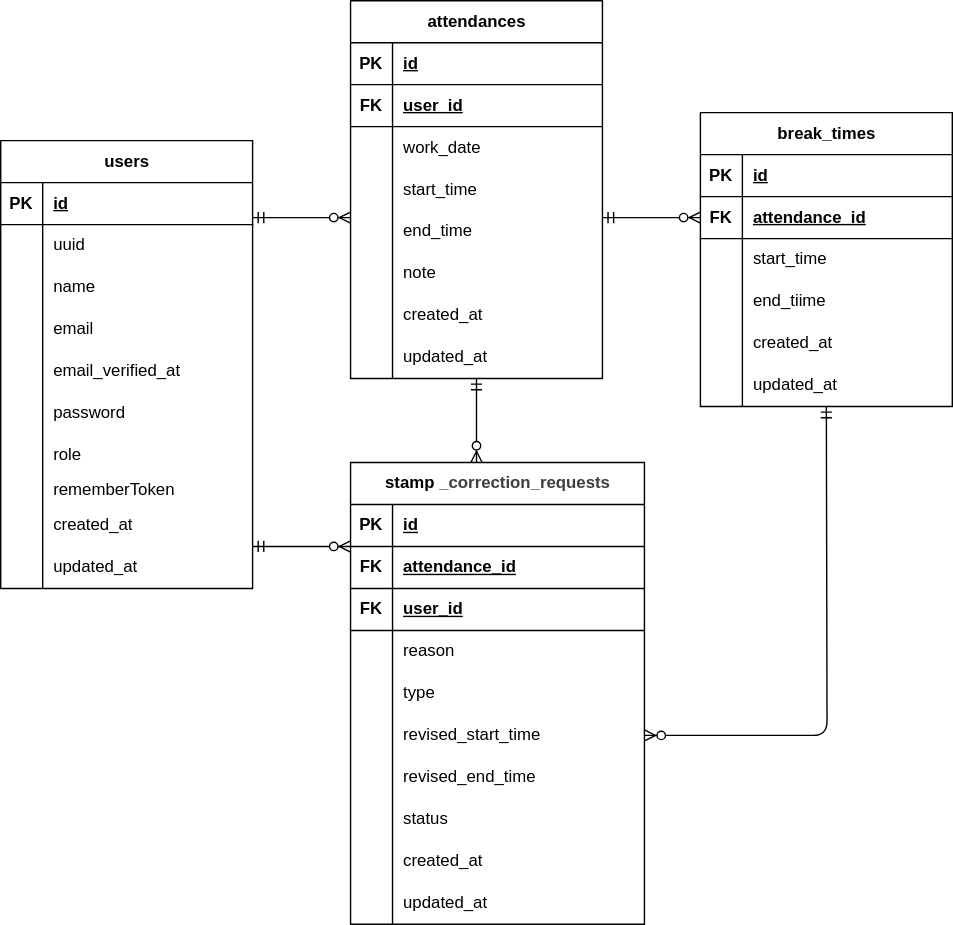
Before: ER.drawio.svg, a diagram exported from draw.io (yoko-bessho/attendance-management). Source tidied: cells renumbered, new cells last; positions are measured from the earlier drawing's top-left corner, leaving out a move shared by most shapes.
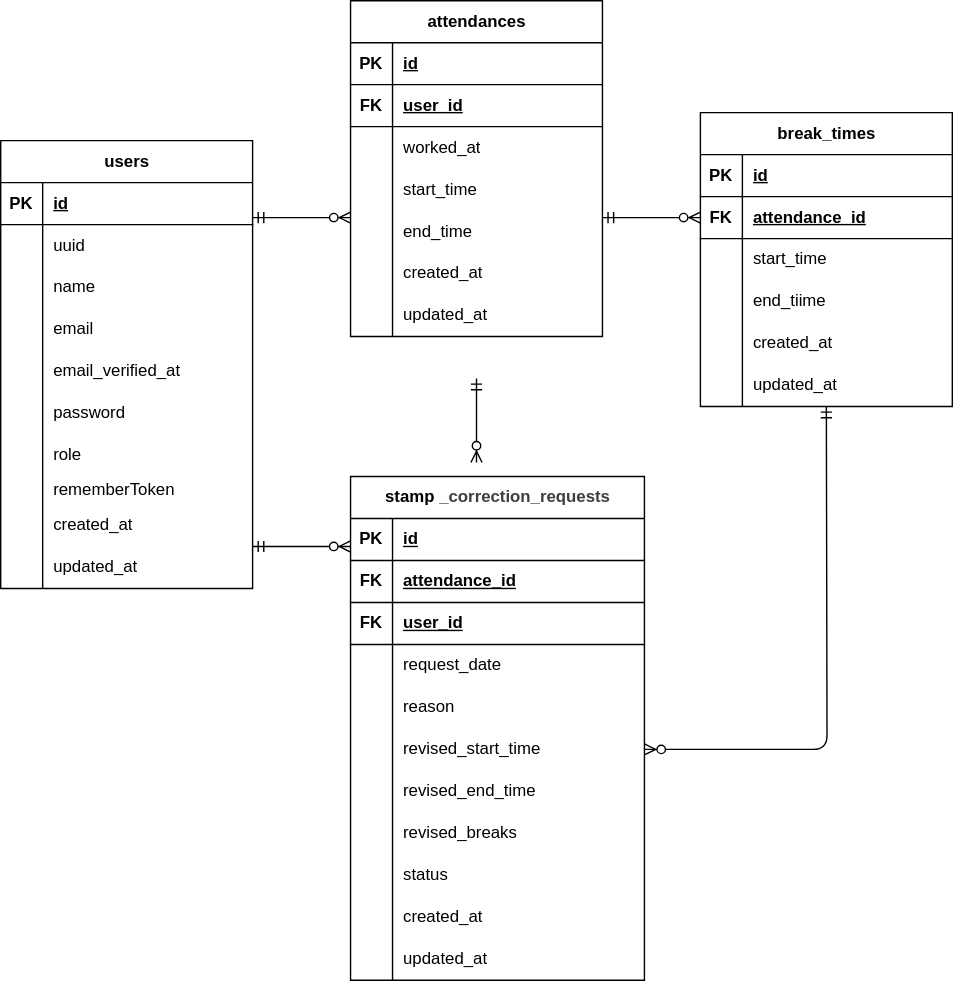
Above is the later version.

The edit, as a diff of the source:
```diff
@@ -3,7 +3,7 @@
     <mxCell id="0" />
     <mxCell id="1" parent="0" />
     <mxCell id="2" value="stamp&lt;span style=&quot;color: rgb(63, 63, 63); background-color: transparent;&quot;&gt;_correction_requests&lt;/span&gt;" style="shape=table;startSize=30;rowLines=0;fontStyle=1;align=center;html=1;" parent="1" vertex="1">
-      <mxGeometry x="250" y="330" width="210" height="330" as="geometry" />
+      <mxGeometry x="250" y="340" width="210" height="360" as="geometry" />
     </mxCell>
     <mxCell id="3" style="shape=tableRow;horizontal=0;startSize=0;swimlaneHead=0;swimlaneBody=0;fillColor=none;top=0;left=0;right=0;bottom=1;" parent="2" vertex="1">
       <mxGeometry y="30" width="210" height="30" as="geometry" />
@@ -32,8 +32,17 @@
     <mxCell id="11" value="user_id" style="shape=partialRectangle;fillColor=none;top=0;left=0;bottom=0;right=0;align=left;spacingLeft=6;fontStyle=5;overflow=hidden;whiteSpace=wrap;html=1;" parent="9" vertex="1">
       <mxGeometry x="30" width="180" height="30" as="geometry" />
     </mxCell>
+    <mxCell id="113" style="shape=tableRow;horizontal=0;startSize=0;swimlaneHead=0;swimlaneBody=0;fillColor=none;top=0;left=0;right=0;bottom=0;" parent="2" vertex="1">
+      <mxGeometry y="120" width="210" height="30" as="geometry" />
+    </mxCell>
+    <mxCell id="114" style="shape=partialRectangle;fillColor=none;top=0;left=0;bottom=0;right=0;overflow=hidden;whiteSpace=wrap;html=1;" parent="113" vertex="1">
+      <mxGeometry width="30" height="30" as="geometry" />
+    </mxCell>
+    <mxCell id="115" value="request_date" style="shape=partialRectangle;fillColor=none;top=0;left=0;bottom=0;right=0;align=left;spacingLeft=6;overflow=hidden;whiteSpace=wrap;html=1;" parent="113" vertex="1">
+      <mxGeometry x="30" width="180" height="30" as="geometry" />
+    </mxCell>
     <mxCell id="12" style="shape=tableRow;horizontal=0;startSize=0;swimlaneHead=0;swimlaneBody=0;fillColor=none;top=0;left=0;right=0;bottom=0;" parent="2" vertex="1">
-      <mxGeometry y="120" width="210" height="30" as="geometry" />
+      <mxGeometry y="150" width="210" height="30" as="geometry" />
     </mxCell>
     <mxCell id="13" style="shape=partialRectangle;fillColor=none;top=0;left=0;bottom=0;right=0;overflow=hidden;whiteSpace=wrap;html=1;" parent="12" vertex="1">
       <mxGeometry width="30" height="30" as="geometry" />
@@ -41,15 +50,6 @@
     <mxCell id="14" value="reason" style="shape=partialRectangle;fillColor=none;top=0;left=0;bottom=0;right=0;align=left;spacingLeft=6;overflow=hidden;whiteSpace=wrap;html=1;" parent="12" vertex="1">
       <mxGeometry x="30" width="180" height="30" as="geometry" />
     </mxCell>
-    <mxCell id="15" style="shape=tableRow;horizontal=0;startSize=0;swimlaneHead=0;swimlaneBody=0;fillColor=none;top=0;left=0;right=0;bottom=0;" parent="2" vertex="1">
-      <mxGeometry y="150" width="210" height="30" as="geometry" />
-    </mxCell>
-    <mxCell id="16" style="shape=partialRectangle;fillColor=none;top=0;left=0;bottom=0;right=0;overflow=hidden;whiteSpace=wrap;html=1;" parent="15" vertex="1">
-      <mxGeometry width="30" height="30" as="geometry" />
-    </mxCell>
-    <mxCell id="17" value="type" style="shape=partialRectangle;fillColor=none;top=0;left=0;bottom=0;right=0;align=left;spacingLeft=6;overflow=hidden;whiteSpace=wrap;html=1;" parent="15" vertex="1">
-      <mxGeometry x="30" width="180" height="30" as="geometry" />
-    </mxCell>
     <mxCell id="18" style="shape=tableRow;horizontal=0;startSize=0;swimlaneHead=0;swimlaneBody=0;fillColor=none;points=[[0,0.5],[1,0.5]];portConstraint=eastwest;top=0;left=0;right=0;bottom=0;" parent="2" vertex="1">
       <mxGeometry y="180" width="210" height="30" as="geometry" />
     </mxCell>
@@ -68,8 +68,17 @@
     <mxCell id="23" value="revised_end_time" style="shape=partialRectangle;fillColor=none;top=0;left=0;bottom=0;right=0;align=left;spacingLeft=6;overflow=hidden;whiteSpace=wrap;html=1;" parent="21" vertex="1">
       <mxGeometry x="30" width="180" height="30" as="geometry" />
     </mxCell>
+    <mxCell id="116" style="shape=tableRow;horizontal=0;startSize=0;swimlaneHead=0;swimlaneBody=0;fillColor=none;top=0;left=0;right=0;bottom=0;" parent="2" vertex="1">
+      <mxGeometry y="240" width="210" height="30" as="geometry" />
+    </mxCell>
+    <mxCell id="117" style="shape=partialRectangle;fillColor=none;top=0;left=0;bottom=0;right=0;overflow=hidden;whiteSpace=wrap;html=1;" parent="116" vertex="1">
+      <mxGeometry width="30" height="30" as="geometry" />
+    </mxCell>
+    <mxCell id="118" value="revised_breaks" style="shape=partialRectangle;fillColor=none;top=0;left=0;bottom=0;right=0;align=left;spacingLeft=6;overflow=hidden;whiteSpace=wrap;html=1;" parent="116" vertex="1">
+      <mxGeometry x="30" width="180" height="30" as="geometry" />
+    </mxCell>
     <mxCell id="24" style="shape=tableRow;horizontal=0;startSize=0;swimlaneHead=0;swimlaneBody=0;fillColor=none;top=0;left=0;right=0;bottom=0;" parent="2" vertex="1">
-      <mxGeometry y="240" width="210" height="30" as="geometry" />
+      <mxGeometry y="270" width="210" height="30" as="geometry" />
     </mxCell>
     <mxCell id="25" style="shape=partialRectangle;fillColor=none;top=0;left=0;bottom=0;right=0;overflow=hidden;whiteSpace=wrap;html=1;" parent="24" vertex="1">
       <mxGeometry width="30" height="30" as="geometry" />
@@ -78,7 +87,7 @@
       <mxGeometry x="30" width="180" height="30" as="geometry" />
     </mxCell>
     <mxCell id="27" style="shape=tableRow;horizontal=0;startSize=0;swimlaneHead=0;swimlaneBody=0;fillColor=none;top=0;left=0;right=0;bottom=0;" parent="2" vertex="1">
-      <mxGeometry y="270" width="210" height="30" as="geometry" />
+      <mxGeometry y="300" width="210" height="30" as="geometry" />
     </mxCell>
     <mxCell id="28" style="shape=partialRectangle;fillColor=none;top=0;left=0;bottom=0;right=0;overflow=hidden;whiteSpace=wrap;html=1;" parent="27" vertex="1">
       <mxGeometry width="30" height="30" as="geometry" />
@@ -87,7 +96,7 @@
       <mxGeometry x="30" width="180" height="30" as="geometry" />
     </mxCell>
     <mxCell id="30" style="shape=tableRow;horizontal=0;startSize=0;swimlaneHead=0;swimlaneBody=0;fillColor=none;top=0;left=0;right=0;bottom=0;" parent="2" vertex="1">
-      <mxGeometry y="300" width="210" height="30" as="geometry" />
+      <mxGeometry y="330" width="210" height="30" as="geometry" />
     </mxCell>
     <mxCell id="31" style="shape=partialRectangle;fillColor=none;top=0;left=0;bottom=0;right=0;overflow=hidden;whiteSpace=wrap;html=1;" parent="30" vertex="1">
       <mxGeometry width="30" height="30" as="geometry" />
@@ -246,7 +255,7 @@
       <mxGeometry x="30" width="150" height="30" as="geometry" />
     </mxCell>
     <mxCell id="83" value="attendances" style="shape=table;startSize=30;rowLines=0;fontStyle=1;align=center;html=1;" parent="1" vertex="1">
-      <mxGeometry x="250" width="180" height="270" as="geometry" />
+      <mxGeometry x="250" width="180" height="240" as="geometry" />
     </mxCell>
     <mxCell id="84" style="shape=tableRow;horizontal=0;startSize=0;swimlaneHead=0;swimlaneBody=0;fillColor=none;top=0;left=0;right=0;bottom=1;" parent="83" vertex="1">
       <mxGeometry y="30" width="180" height="30" as="geometry" />
@@ -272,7 +281,7 @@
     <mxCell id="91" style="shape=partialRectangle;fillColor=none;top=0;left=0;bottom=0;right=0;overflow=hidden;whiteSpace=wrap;html=1;" parent="90" vertex="1">
       <mxGeometry width="30" height="30" as="geometry" />
     </mxCell>
-    <mxCell id="92" value="work_date" style="shape=partialRectangle;fillColor=none;top=0;left=0;bottom=0;right=0;align=left;spacingLeft=6;overflow=hidden;whiteSpace=wrap;html=1;" parent="90" vertex="1">
+    <mxCell id="92" value="worked_at" style="shape=partialRectangle;fillColor=none;top=0;left=0;bottom=0;right=0;align=left;spacingLeft=6;overflow=hidden;whiteSpace=wrap;html=1;" parent="90" vertex="1">
       <mxGeometry x="30" width="150" height="30" as="geometry" />
     </mxCell>
     <mxCell id="93" style="shape=tableRow;horizontal=0;startSize=0;swimlaneHead=0;swimlaneBody=0;fillColor=none;top=0;left=0;right=0;bottom=0;" parent="83" vertex="1">
@@ -293,17 +302,8 @@
     <mxCell id="98" value="end_time" style="shape=partialRectangle;fillColor=none;top=0;left=0;bottom=0;right=0;align=left;spacingLeft=6;overflow=hidden;whiteSpace=wrap;html=1;" parent="96" vertex="1">
       <mxGeometry x="30" width="150" height="30" as="geometry" />
     </mxCell>
-    <mxCell id="99" style="shape=tableRow;horizontal=0;startSize=0;swimlaneHead=0;swimlaneBody=0;fillColor=none;top=0;left=0;right=0;bottom=0;" parent="83" vertex="1">
-      <mxGeometry y="180" width="180" height="30" as="geometry" />
-    </mxCell>
-    <mxCell id="100" style="shape=partialRectangle;fillColor=none;top=0;left=0;bottom=0;right=0;overflow=hidden;whiteSpace=wrap;html=1;" parent="99" vertex="1">
-      <mxGeometry width="30" height="30" as="geometry" />
-    </mxCell>
-    <mxCell id="101" value="note" style="shape=partialRectangle;fillColor=none;top=0;left=0;bottom=0;right=0;align=left;spacingLeft=6;overflow=hidden;whiteSpace=wrap;html=1;" parent="99" vertex="1">
-      <mxGeometry x="30" width="150" height="30" as="geometry" />
-    </mxCell>
     <mxCell id="102" style="shape=tableRow;horizontal=0;startSize=0;swimlaneHead=0;swimlaneBody=0;fillColor=none;top=0;left=0;right=0;bottom=0;" parent="83" vertex="1">
-      <mxGeometry y="210" width="180" height="30" as="geometry" />
+      <mxGeometry y="180" width="180" height="30" as="geometry" />
     </mxCell>
     <mxCell id="103" style="shape=partialRectangle;fillColor=none;top=0;left=0;bottom=0;right=0;overflow=hidden;whiteSpace=wrap;html=1;" parent="102" vertex="1">
       <mxGeometry width="30" height="30" as="geometry" />
@@ -312,7 +312,7 @@
       <mxGeometry x="30" width="150" height="30" as="geometry" />
     </mxCell>
     <mxCell id="105" style="shape=tableRow;horizontal=0;startSize=0;swimlaneHead=0;swimlaneBody=0;fillColor=none;top=0;left=0;right=0;bottom=0;" parent="83" vertex="1">
-      <mxGeometry y="240" width="180" height="30" as="geometry" />
+      <mxGeometry y="210" width="180" height="30" as="geometry" />
     </mxCell>
     <mxCell id="106" style="shape=partialRectangle;fillColor=none;top=0;left=0;bottom=0;right=0;overflow=hidden;whiteSpace=wrap;html=1;" parent="105" vertex="1">
       <mxGeometry width="30" height="30" as="geometry" />
```
